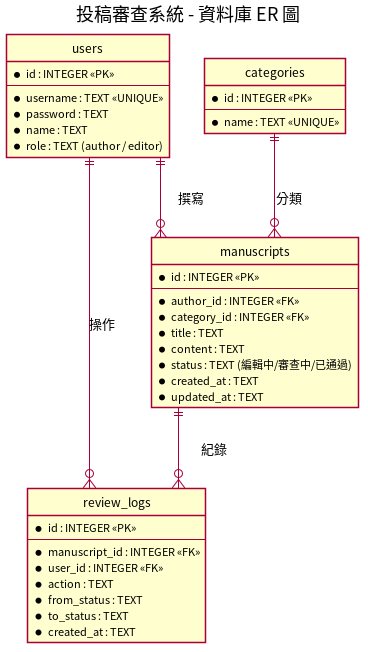
Before: docs/uml/06_er_diagram.png, a diagram exported from PlantUML (617-lyx/1151se_mid). Its source is kept beside it as docs/uml/06_er_diagram.puml. Source of this version:
```plantuml
@startuml 06_er_diagram
skinparam defaultFontName "Noto Sans CJK TC"
skinparam shadowing false
skinparam backgroundColor white
title 投稿審查系統 - 資料庫 ER 圖
hide circle
skinparam linetype ortho
entity users {
  * id : INTEGER <<PK>>
  --
  * username : TEXT <<UNIQUE>>
  * password : TEXT
  * name : TEXT
  * role : TEXT (author / editor)
}
entity categories {
  * id : INTEGER <<PK>>
  --
  * name : TEXT <<UNIQUE>>
}
entity manuscripts {
  * id : INTEGER <<PK>>
  --
  * author_id : INTEGER <<FK>>
  * category_id : INTEGER <<FK>>
  * title : TEXT
  * content : TEXT
  * status : TEXT (編輯中/審查中/已通過)
  * created_at : TEXT
  * updated_at : TEXT
}
entity review_logs {
  * id : INTEGER <<PK>>
  --
  * manuscript_id : INTEGER <<FK>>
  * user_id : INTEGER <<FK>>
  * action : TEXT
  * from_status : TEXT
  * to_status : TEXT
  * created_at : TEXT
}
users ||--o{ manuscripts : 撰寫
categories ||--o{ manuscripts : 分類
manuscripts ||--o{ review_logs : 紀錄
users ||--o{ review_logs : 操作
@enduml
```
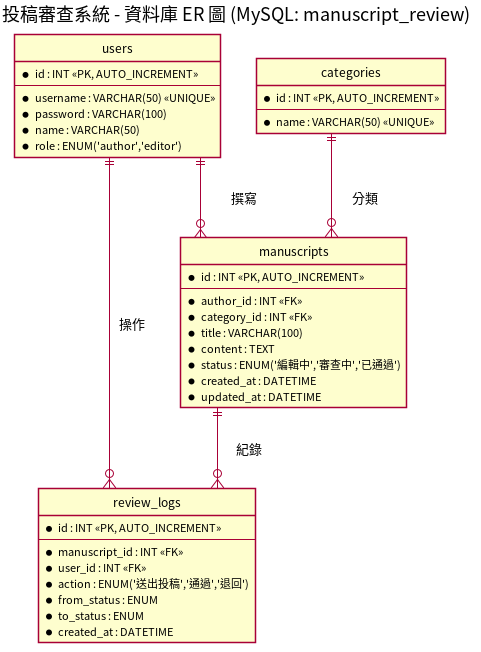
After the change.

Change to the diagram source:
```diff
@@ -2,42 +2,42 @@
 skinparam defaultFontName "Noto Sans CJK TC"
 skinparam shadowing false
 skinparam backgroundColor white
-title 投稿審查系統 - 資料庫 ER 圖
+title 投稿審查系統 - 資料庫 ER 圖 (MySQL: manuscript_review)
 hide circle
 skinparam linetype ortho
 entity users {
-  * id : INTEGER <<PK>>
+  * id : INT <<PK, AUTO_INCREMENT>>
   --
-  * username : TEXT <<UNIQUE>>
-  * password : TEXT
-  * name : TEXT
-  * role : TEXT (author / editor)
+  * username : VARCHAR(50) <<UNIQUE>>
+  * password : VARCHAR(100)
+  * name : VARCHAR(50)
+  * role : ENUM('author','editor')
 }
 entity categories {
-  * id : INTEGER <<PK>>
+  * id : INT <<PK, AUTO_INCREMENT>>
   --
-  * name : TEXT <<UNIQUE>>
+  * name : VARCHAR(50) <<UNIQUE>>
 }
 entity manuscripts {
-  * id : INTEGER <<PK>>
+  * id : INT <<PK, AUTO_INCREMENT>>
   --
-  * author_id : INTEGER <<FK>>
-  * category_id : INTEGER <<FK>>
-  * title : TEXT
+  * author_id : INT <<FK>>
+  * category_id : INT <<FK>>
+  * title : VARCHAR(100)
   * content : TEXT
-  * status : TEXT (編輯中/審查中/已通過)
-  * created_at : TEXT
-  * updated_at : TEXT
+  * status : ENUM('編輯中','審查中','已通過')
+  * created_at : DATETIME
+  * updated_at : DATETIME
 }
 entity review_logs {
-  * id : INTEGER <<PK>>
+  * id : INT <<PK, AUTO_INCREMENT>>
   --
-  * manuscript_id : INTEGER <<FK>>
-  * user_id : INTEGER <<FK>>
-  * action : TEXT
-  * from_status : TEXT
-  * to_status : TEXT
-  * created_at : TEXT
+  * manuscript_id : INT <<FK>>
+  * user_id : INT <<FK>>
+  * action : ENUM('送出投稿','通過','退回')
+  * from_status : ENUM
+  * to_status : ENUM
+  * created_at : DATETIME
 }
 users ||--o{ manuscripts : 撰寫
 categories ||--o{ manuscripts : 分類
```
